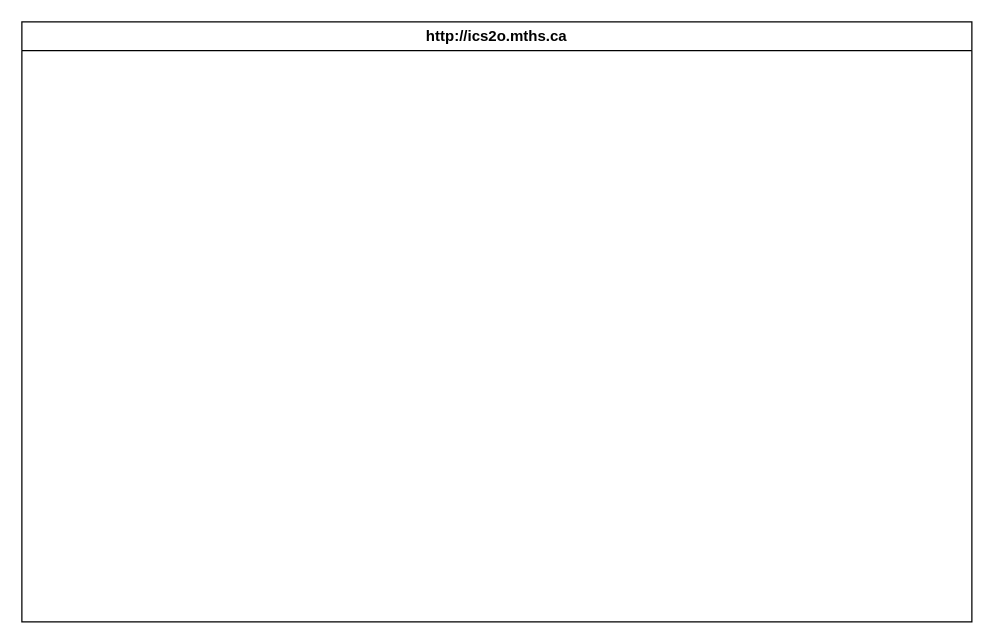
Before: design/storyboard.drawio in Isaac-Ip/ICD2O-Final-Project-isaac.ip, a draw.io diagram. Source tidied: cells renumbered, new cells numbered last; positions are measured from the earlier drawing's top-left corner, leaving out a move shared by most shapes. Both pictures are drawn from the tidied source at 125%, with x=0, y=0 at pixel (21, 21). Pictures stored in the file or linked from it are replaced by grey dashed boxes.
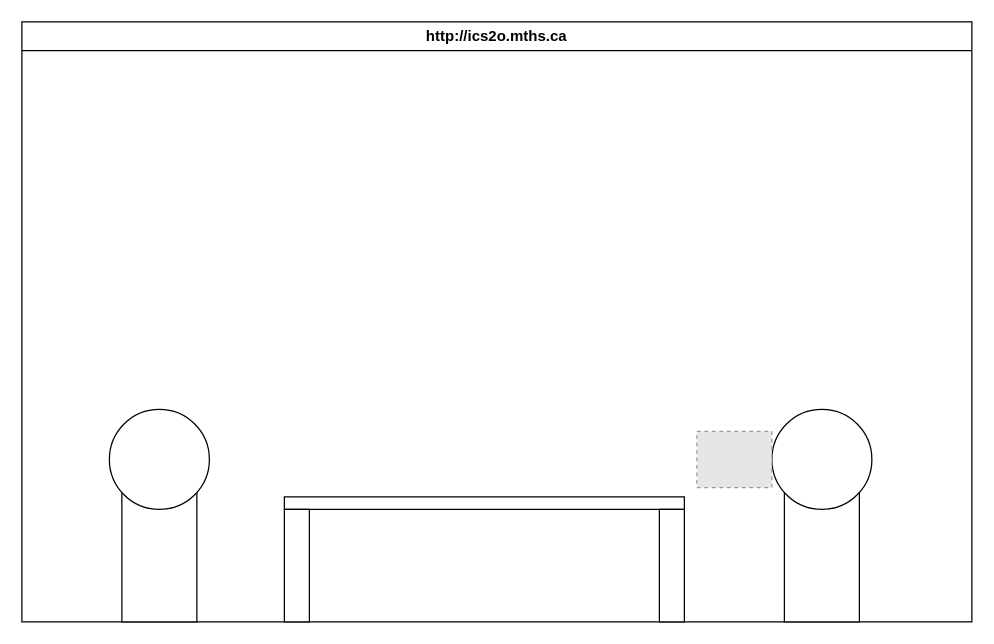
Above is the later version.

What changed in the source:
```diff
@@
 <mxGraphModel>
   <root>
     <mxCell id="0" />
     <mxCell id="1" parent="0" />
     <mxCell id="2" value="http://ics2o.mths.ca" style="swimlane;whiteSpace=wrap;html=1;" parent="1" vertex="1">
       <mxGeometry width="760" height="480" as="geometry" />
     </mxCell>
+    <mxCell id="3" style="rounded=0;whiteSpace=wrap;html=1;direction=south;" parent="2" vertex="1">
+      <mxGeometry x="80" y="360" width="60" height="120" as="geometry" />
+    </mxCell>
+    <mxCell id="4" style="ellipse;whiteSpace=wrap;html=1;" parent="2" vertex="1">
+      <mxGeometry x="70" y="310" width="80" height="80" as="geometry" />
+    </mxCell>
+    <mxCell id="5" style="rounded=0;whiteSpace=wrap;html=1;" parent="2" vertex="1">
+      <mxGeometry x="210" y="380" width="320" height="10" as="geometry" />
+    </mxCell>
+    <mxCell id="6" style="rounded=0;whiteSpace=wrap;html=1;direction=south;" parent="2" vertex="1">
+      <mxGeometry x="210" y="390" width="20" height="90" as="geometry" />
+    </mxCell>
+    <mxCell id="7" style="rounded=0;whiteSpace=wrap;html=1;direction=south;" parent="2" vertex="1">
+      <mxGeometry x="510" y="390" width="20" height="90" as="geometry" />
+    </mxCell>
+    <mxCell id="8" style="rounded=0;whiteSpace=wrap;html=1;direction=south;" parent="2" vertex="1">
+      <mxGeometry x="610" y="360" width="60" height="120" as="geometry" />
+    </mxCell>
+    <mxCell id="9" style="ellipse;whiteSpace=wrap;html=1;" parent="2" vertex="1">
+      <mxGeometry x="600" y="310" width="80" height="80" as="geometry" />
+    </mxCell>
+    <mxCell id="10" style="fillColor=#E6E6E6;strokeColor=#999999;dashed=1;verticalLabelPosition=bottom;labelBackgroundColor=default;verticalAlign=top;" parent="2" vertex="1">
+      <mxGeometry x="540" y="327.5" width="60" height="45" as="geometry" />
+    </mxCell>
   </root>
 </mxGraphModel>
```
